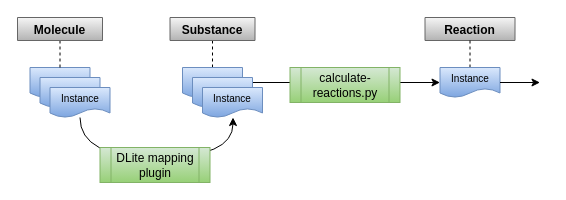
Above: page "workflow2" (3 of 15) of examples/dehydrogenation/figs/dehydrogenation.drawio in SINTEF/dlite (draw.io), before the change. Source tidied: cells renumbered, new cells numbered last; positions are measured from the earlier drawing's top-left corner, leaving out a move shared by most shapes. Both pictures are drawn from the tidied source at 100%, with x=0, y=0 at pixel (17, 17).
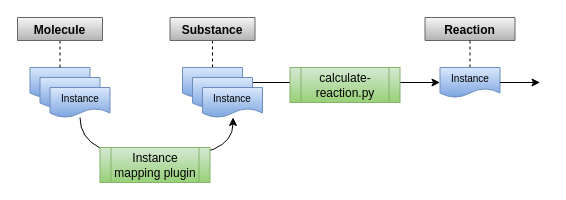
After the change.

The edit, as a diff of the source:
```diff
@@
-    <mxCell id="12" value="calculate-reactions.py" style="shape=process;whiteSpace=wrap;html=1;backgroundOutline=1;fillColor=#d5e8d4;strokeColor=#82b366;gradientColor=#97d077;" parent="1" vertex="1">
+    <mxCell id="12" value="calculate-reaction.py" style="shape=process;whiteSpace=wrap;html=1;backgroundOutline=1;fillColor=#d5e8d4;strokeColor=#82b366;gradientColor=#97d077;" parent="1" vertex="1">
       <mxGeometry x="272.5" y="50" width="110" height="35" as="geometry" />
     </mxCell>
@@
-    <mxCell id="21" value="DLite mapping plugin" style="shape=process;whiteSpace=wrap;html=1;backgroundOutline=1;fillColor=#d5e8d4;strokeColor=#82b366;gradientColor=#97d077;" parent="1" vertex="1">
+    <mxCell id="21" value="Instance mapping plugin" style="shape=process;whiteSpace=wrap;html=1;backgroundOutline=1;fillColor=#d5e8d4;strokeColor=#82b366;gradientColor=#97d077;" parent="1" vertex="1">
       <mxGeometry x="82.5" y="130" width="110" height="35" as="geometry" />
     </mxCell>
```
